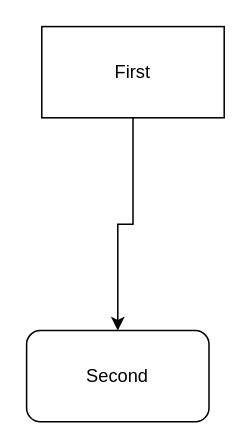
Earlier version of the draw.io diagram Untitled Diagram.drawio (crcorbett/zotero-auslegal). Source tidied: cells renumbered, new cells numbered last; positions are measured from the earlier drawing's top-left corner, leaving out a move shared by most shapes. Both pictures are drawn from the tidied source at 152%, with x=0, y=0 at pixel (26, 26).
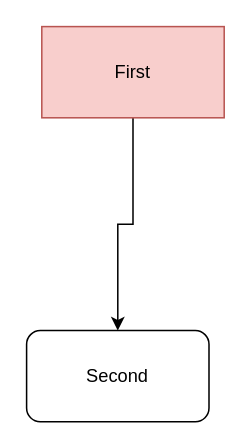
The same page after the edit.

Diff of the diagram source:
```diff
@@
 <mxGraphModel>
   <root>
     <mxCell id="0" />
     <mxCell id="1" parent="0" />
     <mxCell id="2" style="edgeStyle=orthogonalEdgeStyle;rounded=0;jettySize=auto;html=1;exitX=0.5;exitY=1;exitDx=0;exitDy=0;" parent="1" edge="1" source="3" target="4">
       <mxGeometry relative="1" as="geometry" />
     </mxCell>
-    <mxCell id="3" value="First" style="rounded=0;whiteSpace=wrap;html=1;" parent="1" vertex="1">
+    <mxCell id="3" value="First" style="rounded=0;whiteSpace=wrap;html=1;fillColor=#f8cecc;strokeColor=#b85450;" parent="1" vertex="1">
       <mxGeometry x="10" width="120" height="60" as="geometry" />
     </mxCell>
     <mxCell id="4" value="Second" style="rounded=1;whiteSpace=wrap;html=1;" parent="1" vertex="1">
       <mxGeometry y="200" width="120" height="60" as="geometry" />
     </mxCell>
   </root>
 </mxGraphModel>
```
